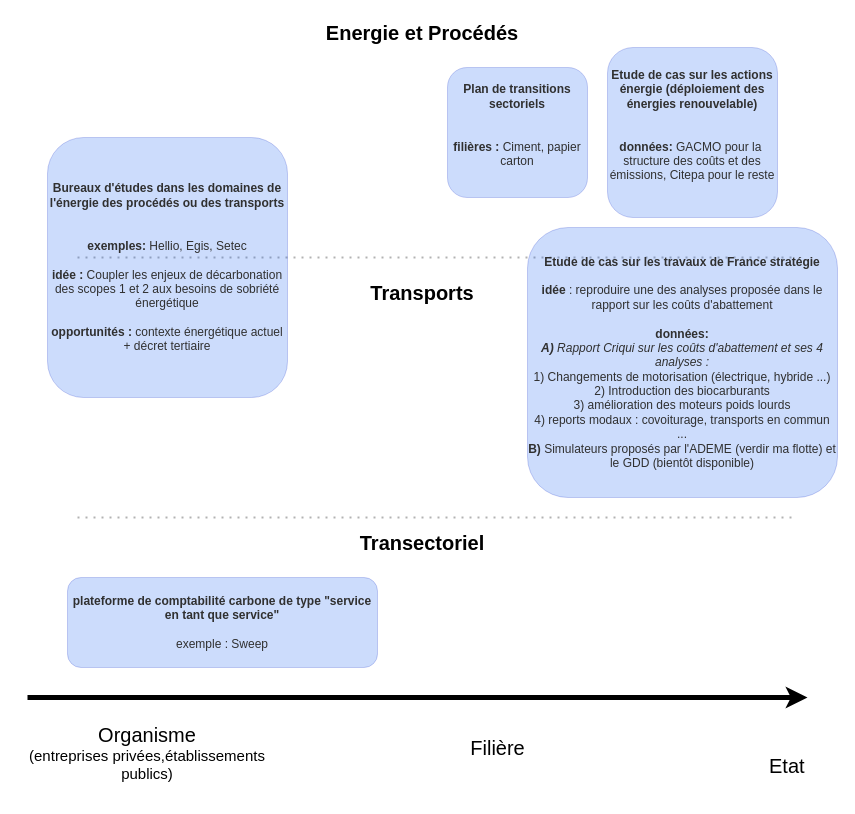
Before: Diagramme sans nom.drawio in Schlegen/drawio_schemes, a draw.io diagram. Source tidied: cells renumbered, new cells numbered last; positions are measured from the earlier drawing's top-left corner, leaving out a move shared by most shapes. Both pictures are drawn from the tidied source at 100%, with x=0, y=0 at pixel (17, 17).
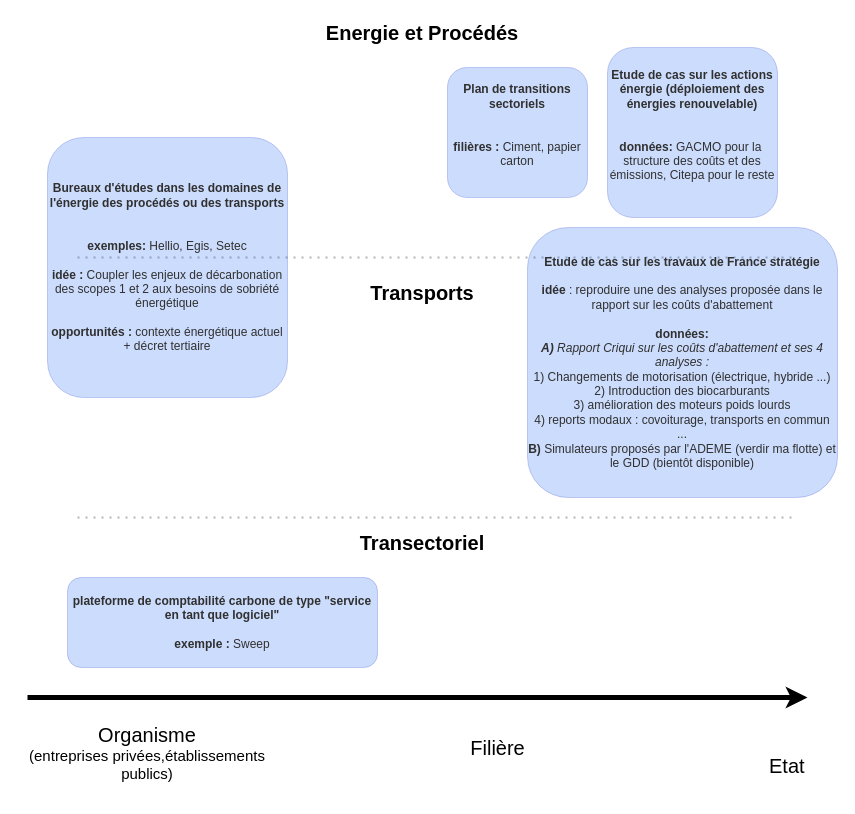
Above is the later version.

Diff of the diagram source:
```diff
@@
 <mxGraphModel>
   <root>
     <mxCell id="0" />
     <mxCell id="1" parent="0" />
     <mxCell id="2" style="endArrow=classic;html=1;rounded=0;strokeWidth=5;" parent="1" edge="1">
       <mxGeometry relative="1" as="geometry">
         <mxPoint x="10" y="680" as="sourcePoint" />
         <mxPoint x="790" y="680" as="targetPoint" />
       </mxGeometry>
     </mxCell>
     <mxCell id="3" value="&lt;div&gt;&lt;font style=&quot;font-size: 20px;&quot;&gt;Organisme&lt;/font&gt; &lt;font style=&quot;font-size: 15px;&quot;&gt;&lt;br&gt;&lt;/font&gt;&lt;/div&gt;&lt;div&gt;&lt;font style=&quot;font-size: 15px;&quot;&gt;(entreprises privées,établissements publics)&lt;/font&gt;&lt;/div&gt;" style="text;html=1;strokeColor=none;fillColor=none;align=center;verticalAlign=middle;whiteSpace=wrap;rounded=0;" parent="1" vertex="1">
       <mxGeometry y="720" width="260" height="30" as="geometry" />
     </mxCell>
     <mxCell id="4" value="Etat" style="text;whiteSpace=wrap;html=1;fontSize=20;" parent="1" vertex="1">
       <mxGeometry x="750" y="730" width="50" height="50" as="geometry" />
     </mxCell>
     <mxCell id="5" value="Filière" style="text;html=1;align=center;verticalAlign=middle;strokeColor=none;fillColor=none;fontSize=20;" parent="1" vertex="1">
       <mxGeometry x="440" y="710" width="80" height="40" as="geometry" />
     </mxCell>
     <mxCell id="6" style="endArrow=none;dashed=1;html=1;dashPattern=1 3;strokeWidth=2;rounded=0;fontSize=20;textOpacity=30;opacity=30;" parent="1" edge="1">
       <mxGeometry relative="1" as="geometry">
         <mxPoint x="60" y="240" as="sourcePoint" />
         <mxPoint x="780" y="240" as="targetPoint" />
       </mxGeometry>
     </mxCell>
     <mxCell id="7" style="endArrow=none;dashed=1;html=1;dashPattern=1 3;strokeWidth=2;rounded=0;fontSize=20;opacity=30;" parent="1" edge="1">
       <mxGeometry relative="1" as="geometry">
         <mxPoint x="60" y="500" as="sourcePoint" />
         <mxPoint x="780" y="500" as="targetPoint" />
       </mxGeometry>
     </mxCell>
     <mxCell id="8" value="&lt;b&gt;Energie et Procédés&lt;/b&gt;" style="text;html=1;strokeColor=none;fillColor=none;align=center;verticalAlign=middle;whiteSpace=wrap;rounded=0;fontSize=20;" parent="1" vertex="1">
       <mxGeometry x="155" width="500" height="30" as="geometry" />
     </mxCell>
     <mxCell id="9" value="&lt;b&gt;Transports&lt;/b&gt;" style="text;html=1;strokeColor=none;fillColor=none;align=center;verticalAlign=middle;whiteSpace=wrap;rounded=0;fontSize=20;" parent="1" vertex="1">
       <mxGeometry x="155" y="260" width="500" height="30" as="geometry" />
     </mxCell>
     <mxCell id="10" value="&lt;b&gt;Transectoriel&lt;/b&gt;" style="text;html=1;strokeColor=none;fillColor=none;align=center;verticalAlign=middle;whiteSpace=wrap;rounded=0;fontSize=20;" parent="1" vertex="1">
       <mxGeometry x="155" y="510" width="500" height="30" as="geometry" />
     </mxCell>
     <mxCell id="11" value="&lt;p style=&quot;line-height: 0.4; font-size: 12px;&quot;&gt;&lt;/p&gt;&lt;div style=&quot;font-size: 12px;&quot;&gt;&lt;font style=&quot;font-size: 12px;&quot;&gt;&lt;b style=&quot;font-size: 12px;&quot;&gt;Bureaux d'études dans les domaines de l'énergie des procédés ou des transports&lt;/b&gt;&lt;br&gt;&lt;/font&gt;&lt;/div&gt;&lt;div style=&quot;font-size: 12px;&quot;&gt;&lt;font style=&quot;font-size: 12px;&quot;&gt;&lt;br&gt;&lt;/font&gt;&lt;/div&gt;&lt;div style=&quot;font-size: 12px;&quot;&gt;&lt;font style=&quot;font-size: 12px;&quot;&gt;&lt;br style=&quot;font-size: 12px;&quot;&gt;&lt;/font&gt;&lt;/div&gt;&lt;div style=&quot;font-size: 12px;&quot;&gt;&lt;font style=&quot;font-size: 12px;&quot;&gt;&lt;b style=&quot;font-size: 12px;&quot;&gt;exemples:&lt;/b&gt; Hellio, Egis, Setec&lt;/font&gt;&lt;/div&gt;&lt;div style=&quot;font-size: 12px;&quot;&gt;&lt;font style=&quot;font-size: 12px;&quot;&gt;&lt;br style=&quot;font-size: 12px;&quot;&gt;&lt;/font&gt;&lt;/div&gt;&lt;div style=&quot;font-size: 12px;&quot;&gt;&lt;font style=&quot;font-size: 12px;&quot;&gt;&lt;b style=&quot;font-size: 12px;&quot;&gt;idée :&lt;/b&gt; Coupler les enjeux de décarbonation des scopes 1 et 2 aux besoins de sobriété énergétique&lt;/font&gt;&lt;/div&gt;&lt;div style=&quot;font-size: 12px;&quot;&gt;&lt;font style=&quot;font-size: 12px;&quot;&gt;&lt;br&gt;&lt;/font&gt;&lt;/div&gt;&lt;div style=&quot;font-size: 12px;&quot;&gt;&lt;font style=&quot;font-size: 12px;&quot;&gt;&lt;b&gt;opportunités : &lt;/b&gt;contexte énergétique actuel + décret tertiaire&lt;br&gt;&lt;/font&gt;&lt;/div&gt;&lt;p style=&quot;font-size: 12px;&quot;&gt;&lt;/p&gt;" style="rounded=1;whiteSpace=wrap;html=1;fontSize=12;labelBackgroundColor=none;opacity=20;fillColor=#0050ef;strokeColor=#001DBC;fontColor=#303030;" parent="1" vertex="1">
       <mxGeometry x="30" y="120" width="240" height="260" as="geometry" />
     </mxCell>
     <mxCell id="12" value="&lt;p style=&quot;line-height: 0.4; font-size: 12px;&quot;&gt;&lt;/p&gt;&lt;div style=&quot;font-size: 12px;&quot;&gt;&lt;font style=&quot;font-size: 12px;&quot;&gt;&lt;b style=&quot;font-size: 12px;&quot;&gt;Plan de transitions sectoriels&lt;/b&gt;&lt;br&gt;&lt;/font&gt;&lt;/div&gt;&lt;div style=&quot;font-size: 12px;&quot;&gt;&lt;font style=&quot;font-size: 12px;&quot;&gt;&lt;br&gt;&lt;/font&gt;&lt;/div&gt;&lt;div style=&quot;font-size: 12px;&quot;&gt;&lt;font style=&quot;font-size: 12px;&quot;&gt;&lt;br style=&quot;font-size: 12px;&quot;&gt;&lt;/font&gt;&lt;/div&gt;&lt;div style=&quot;font-size: 12px;&quot;&gt;&lt;font style=&quot;font-size: 12px;&quot;&gt;&lt;b style=&quot;font-size: 12px;&quot;&gt;filières :&lt;/b&gt; Ciment, papier carton&lt;br&gt;&lt;/font&gt;&lt;/div&gt;&lt;br&gt;&lt;p style=&quot;font-size: 12px;&quot;&gt;&lt;/p&gt;" style="rounded=1;whiteSpace=wrap;html=1;fontSize=12;labelBackgroundColor=none;opacity=20;fillColor=#0050ef;strokeColor=#001DBC;fontColor=#303030;" parent="1" vertex="1">
       <mxGeometry x="430" y="50" width="140" height="130" as="geometry" />
     </mxCell>
     <mxCell id="13" value="&lt;p style=&quot;line-height: 0.4; font-size: 12px;&quot;&gt;&lt;/p&gt;&lt;div style=&quot;font-size: 12px;&quot;&gt;&lt;font style=&quot;font-size: 12px;&quot;&gt;&lt;b style=&quot;font-size: 12px;&quot;&gt;Etude de cas sur les actions énergie (déploiement des énergies renouvelable) &lt;/b&gt;&lt;br&gt;&lt;/font&gt;&lt;/div&gt;&lt;div style=&quot;font-size: 12px;&quot;&gt;&lt;font style=&quot;font-size: 12px;&quot;&gt;&lt;br&gt;&lt;/font&gt;&lt;/div&gt;&lt;div style=&quot;font-size: 12px;&quot;&gt;&lt;font style=&quot;font-size: 12px;&quot;&gt;&lt;br style=&quot;font-size: 12px;&quot;&gt;&lt;/font&gt;&lt;/div&gt;&lt;div style=&quot;font-size: 12px;&quot;&gt;&lt;font style=&quot;font-size: 12px;&quot;&gt;&lt;b style=&quot;font-size: 12px;&quot;&gt;données:&lt;/b&gt; GACMO pour la&amp;nbsp; structure des coûts et des émissions, Citepa pour le reste&lt;br&gt;&lt;/font&gt;&lt;/div&gt;&lt;br&gt;&lt;p style=&quot;font-size: 12px;&quot;&gt;&lt;/p&gt;" style="rounded=1;whiteSpace=wrap;html=1;fontSize=12;labelBackgroundColor=none;opacity=20;fillColor=#0050ef;strokeColor=#001DBC;fontColor=#303030;" parent="1" vertex="1">
       <mxGeometry x="590" y="30" width="170" height="170" as="geometry" />
     </mxCell>
     <mxCell id="14" value="&lt;p style=&quot;line-height: 0.4; font-size: 12px;&quot;&gt;&lt;/p&gt;&lt;div style=&quot;font-size: 12px;&quot;&gt;&lt;font style=&quot;font-size: 12px;&quot;&gt;&lt;b style=&quot;font-size: 12px;&quot;&gt;Etude de cas sur les travaux de France stratégie &lt;/b&gt;&lt;br&gt;&lt;/font&gt;&lt;/div&gt;&lt;div style=&quot;font-size: 12px;&quot;&gt;&lt;font style=&quot;font-size: 12px;&quot;&gt;&lt;br&gt;&lt;/font&gt;&lt;/div&gt;&lt;div style=&quot;font-size: 12px;&quot;&gt;&lt;font style=&quot;font-size: 12px;&quot;&gt;&lt;b&gt;idée&lt;/b&gt; : reproduire une des analyses proposée dans le rapport sur les coûts d'abattement&lt;br&gt;&lt;/font&gt;&lt;/div&gt;&lt;div style=&quot;font-size: 12px;&quot;&gt;&lt;font style=&quot;font-size: 12px;&quot;&gt;&lt;br&gt;&lt;/font&gt;&lt;/div&gt;&lt;div style=&quot;font-size: 12px;&quot;&gt;&lt;font style=&quot;font-size: 12px;&quot;&gt;&lt;b style=&quot;font-size: 12px;&quot;&gt;données:&lt;/b&gt;&lt;/font&gt;&lt;/div&gt;&lt;div style=&quot;font-size: 12px;&quot;&gt;&lt;font style=&quot;font-size: 12px;&quot;&gt;&lt;i&gt;&lt;b&gt;A) &lt;/b&gt;Rapport Criqui sur les coûts d'abattement et ses 4 analyses : &lt;/i&gt;&lt;br&gt;&lt;/font&gt;&lt;/div&gt;&lt;div style=&quot;font-size: 12px;&quot;&gt;&lt;font style=&quot;font-size: 12px;&quot;&gt;1) Changements de motorisation (électrique, hybride ...)&lt;/font&gt;&lt;/div&gt;&lt;div style=&quot;font-size: 12px;&quot;&gt;&lt;font style=&quot;font-size: 12px;&quot;&gt;2) Introduction des biocarburants&lt;/font&gt;&lt;/div&gt;&lt;div style=&quot;font-size: 12px;&quot;&gt;&lt;font style=&quot;font-size: 12px;&quot;&gt;3) amélioration des moteurs poids lourds&lt;/font&gt;&lt;/div&gt;&lt;div style=&quot;font-size: 12px;&quot;&gt;&lt;font style=&quot;font-size: 12px;&quot;&gt;4) reports modaux : covoiturage, transports en commun ...&lt;br&gt;&lt;/font&gt;&lt;/div&gt;&lt;div style=&quot;font-size: 12px;&quot;&gt;&lt;font style=&quot;font-size: 12px;&quot;&gt;&lt;b&gt;B)&lt;/b&gt; Simulateurs proposés par l'ADEME (verdir ma flotte) et le GDD (bientôt disponible)&lt;/font&gt;&lt;/div&gt;&lt;p style=&quot;font-size: 12px;&quot;&gt;&lt;/p&gt;" style="rounded=1;whiteSpace=wrap;html=1;fontSize=12;labelBackgroundColor=none;opacity=20;fillColor=#0050ef;strokeColor=#001DBC;fontColor=#303030;" parent="1" vertex="1">
       <mxGeometry x="510" y="210" width="310" height="270" as="geometry" />
     </mxCell>
-    <mxCell id="15" value="&lt;b&gt;plateforme de comptabilité carbone de type &quot;service en tant que service&quot;&lt;/b&gt;&lt;div&gt;&lt;br&gt;&lt;/div&gt;&lt;div&gt;exemple : Sweep&lt;br&gt;&lt;/div&gt;" style="rounded=1;whiteSpace=wrap;html=1;fontSize=12;labelBackgroundColor=none;opacity=20;fillColor=#0050ef;strokeColor=#001DBC;fontColor=#303030;" parent="1" vertex="1">
+    <mxCell id="15" value="&lt;b&gt;plateforme de comptabilité carbone de type &quot;service en tant que logiciel&quot;&lt;/b&gt;&lt;div&gt;&lt;br&gt;&lt;/div&gt;&lt;div&gt;&lt;b&gt;exemple :&lt;/b&gt; Sweep&lt;br&gt;&lt;/div&gt;" style="rounded=1;whiteSpace=wrap;html=1;fontSize=12;labelBackgroundColor=none;opacity=20;fillColor=#0050ef;strokeColor=#001DBC;fontColor=#303030;" parent="1" vertex="1">
       <mxGeometry x="50" y="560" width="310" height="90" as="geometry" />
     </mxCell>
   </root>
 </mxGraphModel>
```
